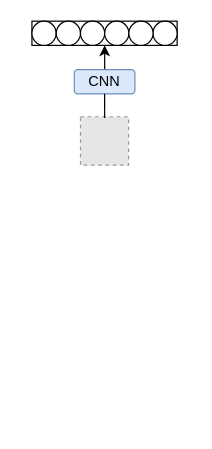
Above: 未命名绘图.drawio in lithromantic567/EL (draw.io), before the change. Source tidied: cells renumbered, new cells numbered last; positions are measured from the earlier drawing's top-left corner, leaving out a move shared by most shapes. Both pictures are drawn from the tidied source at 121%, with x=0, y=0 at pixel (31, 21). Pictures stored in the file or linked from it are replaced by grey dashed boxes.
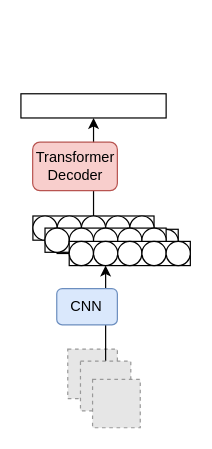
Above is the later version.

Commit message:
更新未命名绘图.drawio

Change to the diagram source:
```diff
@@
-    <mxCell id="2" style="edgeStyle=orthogonalEdgeStyle;rounded=0;jettySize=auto;html=1;" parent="1" edge="1" source="11" target="4">
-      <mxGeometry relative="1" as="geometry" />
-    </mxCell>
     <mxCell id="3" style="fillColor=#E6E6E6;strokeColor=#999999;dashed=1;verticalLabelPosition=bottom;labelBackgroundColor=default;verticalAlign=top;rotation=0;" parent="1" vertex="1">
-      <mxGeometry x="40" y="79" width="39.8" height="40" as="geometry" />
+      <mxGeometry x="29.5" y="271" width="41" height="41" as="geometry" />
     </mxCell>
+    <mxCell id="13" style="edgeStyle=orthogonalEdgeStyle;rounded=0;jettySize=auto;html=1;exitX=0.5;exitY=0;exitDx=0;exitDy=0;entryX=0.5;entryY=1;entryDx=0;entryDy=0;" parent="1" edge="1" source="14" target="34">
+      <mxGeometry relative="1" as="geometry" />
+    </mxCell>
+    <mxCell id="14" style="fillColor=#E6E6E6;strokeColor=#999999;dashed=1;verticalLabelPosition=bottom;labelBackgroundColor=default;verticalAlign=top;" parent="1" vertex="1">
+      <mxGeometry x="40" y="281" width="41.6" height="41" as="geometry" />
+    </mxCell>
+    <mxCell id="15" style="fillColor=#E6E6E6;strokeColor=#999999;dashed=1;verticalLabelPosition=bottom;labelBackgroundColor=default;verticalAlign=top;" parent="1" vertex="1">
+      <mxGeometry x="50" y="296" width="39.4" height="40" as="geometry" />
+    </mxCell>
+    <mxCell id="16" style="group;" parent="1" vertex="1">
+      <mxGeometry x="0.7" y="161" width="120.1" height="31" as="geometry" />
+    </mxCell>
-    <mxCell id="4" style="whiteSpace=wrap;html=1;verticalAlign=top;labelBackgroundColor=default;" parent="1" vertex="1">
-      <mxGeometry x="-0.1" width="120" height="20" as="geometry" />
+    <mxCell id="4" style="whiteSpace=wrap;html=1;verticalAlign=top;labelBackgroundColor=default;" parent="16" vertex="1">
+      <mxGeometry width="100.1" height="20" as="geometry" />
     </mxCell>
-    <mxCell id="5" style="ellipse;whiteSpace=wrap;html=1;" parent="1" vertex="1">
-      <mxGeometry x="-0.1" width="20" height="20" as="geometry" />
+    <mxCell id="5" style="ellipse;whiteSpace=wrap;html=1;" parent="16" vertex="1">
+      <mxGeometry width="20" height="20" as="geometry" />
     </mxCell>
-    <mxCell id="6" style="ellipse;whiteSpace=wrap;html=1;" parent="1" vertex="1">
-      <mxGeometry x="99.9" width="20" height="20" as="geometry" />
-    </mxCell>
-    <mxCell id="7" style="ellipse;whiteSpace=wrap;html=1;" parent="1" vertex="1">
-      <mxGeometry x="20" width="20" height="20" as="geometry" />
+    <mxCell id="7" style="ellipse;whiteSpace=wrap;html=1;" parent="16" vertex="1">
+      <mxGeometry x="20.1" width="20" height="20" as="geometry" />
     </mxCell>
-    <mxCell id="8" style="ellipse;whiteSpace=wrap;html=1;" parent="1" vertex="1">
-      <mxGeometry x="40" width="20" height="20" as="geometry" />
+    <mxCell id="8" style="ellipse;whiteSpace=wrap;html=1;" parent="16" vertex="1">
+      <mxGeometry x="40.1" width="20" height="20" as="geometry" />
     </mxCell>
-    <mxCell id="9" style="ellipse;whiteSpace=wrap;html=1;" parent="1" vertex="1">
-      <mxGeometry x="60" width="20" height="20" as="geometry" />
+    <mxCell id="9" style="ellipse;whiteSpace=wrap;html=1;" parent="16" vertex="1">
+      <mxGeometry x="60.1" width="20" height="20" as="geometry" />
     </mxCell>
-    <mxCell id="10" style="ellipse;whiteSpace=wrap;html=1;" parent="1" vertex="1">
-      <mxGeometry x="80" width="20" height="20" as="geometry" />
+    <mxCell id="10" style="ellipse;whiteSpace=wrap;html=1;" parent="16" vertex="1">
+      <mxGeometry x="80.1" width="20" height="20" as="geometry" />
     </mxCell>
+    <mxCell id="17" style="group;" parent="16" vertex="1">
+      <mxGeometry x="20" y="11" width="100.1" height="20" as="geometry" />
+    </mxCell>
+    <mxCell id="18" style="whiteSpace=wrap;html=1;verticalAlign=top;labelBackgroundColor=default;" parent="17" vertex="1">
+      <mxGeometry width="100.1" height="20" as="geometry" />
+    </mxCell>
+    <mxCell id="19" style="ellipse;whiteSpace=wrap;html=1;" parent="17" vertex="1">
+      <mxGeometry width="20" height="20" as="geometry" />
+    </mxCell>
+    <mxCell id="20" style="ellipse;whiteSpace=wrap;html=1;" parent="17" vertex="1">
+      <mxGeometry x="20.1" width="20" height="20" as="geometry" />
+    </mxCell>
+    <mxCell id="21" style="ellipse;whiteSpace=wrap;html=1;" parent="17" vertex="1">
+      <mxGeometry x="40.1" width="20" height="20" as="geometry" />
+    </mxCell>
+    <mxCell id="22" style="ellipse;whiteSpace=wrap;html=1;" parent="17" vertex="1">
+      <mxGeometry x="60.1" width="20" height="20" as="geometry" />
+    </mxCell>
+    <mxCell id="23" style="ellipse;whiteSpace=wrap;html=1;" parent="17" vertex="1">
+      <mxGeometry x="80.1" width="20" height="20" as="geometry" />
+    </mxCell>
+    <mxCell id="24" style="group;" parent="1" vertex="1">
+      <mxGeometry x="10.7" y="171" width="120.1" height="31" as="geometry" />
+    </mxCell>
+    <mxCell id="25" style="whiteSpace=wrap;html=1;verticalAlign=top;labelBackgroundColor=default;" parent="24" vertex="1">
+      <mxGeometry width="100.1" height="20" as="geometry" />
+    </mxCell>
+    <mxCell id="26" style="ellipse;whiteSpace=wrap;html=1;" parent="24" vertex="1">
+      <mxGeometry width="20" height="20" as="geometry" />
+    </mxCell>
+    <mxCell id="27" style="ellipse;whiteSpace=wrap;html=1;" parent="24" vertex="1">
+      <mxGeometry x="20.1" width="20" height="20" as="geometry" />
+    </mxCell>
+    <mxCell id="28" style="ellipse;whiteSpace=wrap;html=1;" parent="24" vertex="1">
+      <mxGeometry x="40.1" width="20" height="20" as="geometry" />
+    </mxCell>
+    <mxCell id="29" style="ellipse;whiteSpace=wrap;html=1;" parent="24" vertex="1">
+      <mxGeometry x="60.1" width="20" height="20" as="geometry" />
+    </mxCell>
+    <mxCell id="30" style="ellipse;whiteSpace=wrap;html=1;" parent="24" vertex="1">
+      <mxGeometry x="80.1" width="20" height="20" as="geometry" />
+    </mxCell>
+    <mxCell id="31" style="group;" parent="24" vertex="1">
+      <mxGeometry x="20" y="11" width="100.1" height="20" as="geometry" />
+    </mxCell>
+    <mxCell id="32" style="whiteSpace=wrap;html=1;verticalAlign=top;labelBackgroundColor=default;" parent="31" vertex="1">
+      <mxGeometry width="100.1" height="20" as="geometry" />
+    </mxCell>
+    <mxCell id="33" style="ellipse;whiteSpace=wrap;html=1;" parent="31" vertex="1">
+      <mxGeometry width="20" height="20" as="geometry" />
+    </mxCell>
+    <mxCell id="34" style="ellipse;whiteSpace=wrap;html=1;" parent="31" vertex="1">
+      <mxGeometry x="20.1" width="20" height="20" as="geometry" />
+    </mxCell>
+    <mxCell id="35" style="ellipse;whiteSpace=wrap;html=1;" parent="31" vertex="1">
+      <mxGeometry x="40.1" width="20" height="20" as="geometry" />
+    </mxCell>
+    <mxCell id="36" style="ellipse;whiteSpace=wrap;html=1;" parent="31" vertex="1">
+      <mxGeometry x="60.1" width="20" height="20" as="geometry" />
+    </mxCell>
+    <mxCell id="37" style="ellipse;whiteSpace=wrap;html=1;" parent="31" vertex="1">
+      <mxGeometry x="80.1" width="20" height="20" as="geometry" />
+    </mxCell>
     <mxCell id="11" value="CNN" style="rounded=1;whiteSpace=wrap;html=1;fillColor=#dae8fc;strokeColor=#6c8ebf;" parent="1" vertex="1">
-      <mxGeometry x="34.9" y="40" width="50.1" height="20" as="geometry" />
+      <mxGeometry x="20.4" y="221" width="50.1" height="30" as="geometry" />
     </mxCell>
-    <mxCell id="12" style="endArrow=none;html=1;rounded=0;entryX=0.5;entryY=1;entryDx=0;entryDy=0;" parent="1" edge="1" target="11">
-      <mxGeometry relative="1" as="geometry">
-        <mxPoint x="60" y="80" as="sourcePoint" />
-      </mxGeometry>
-    </mxCell>
+    <mxCell id="38" style="whiteSpace=wrap;html=1;" parent="1" vertex="1">
+      <mxGeometry x="-9.2" y="60" width="120" height="20" as="geometry" />
+    </mxCell>
+    <mxCell id="39" style="edgeStyle=orthogonalEdgeStyle;rounded=0;jettySize=auto;html=1;" parent="1" edge="1" source="8" target="38">
+      <mxGeometry relative="1" as="geometry" />
+    </mxCell>
+    <mxCell id="40" value="Transformer Decoder" style="rounded=1;whiteSpace=wrap;html=1;fillColor=#f8cecc;strokeColor=#b85450;" parent="1" vertex="1">
+      <mxGeometry x="0.5" y="100" width="70" height="40" as="geometry" />
+    </mxCell>
```
